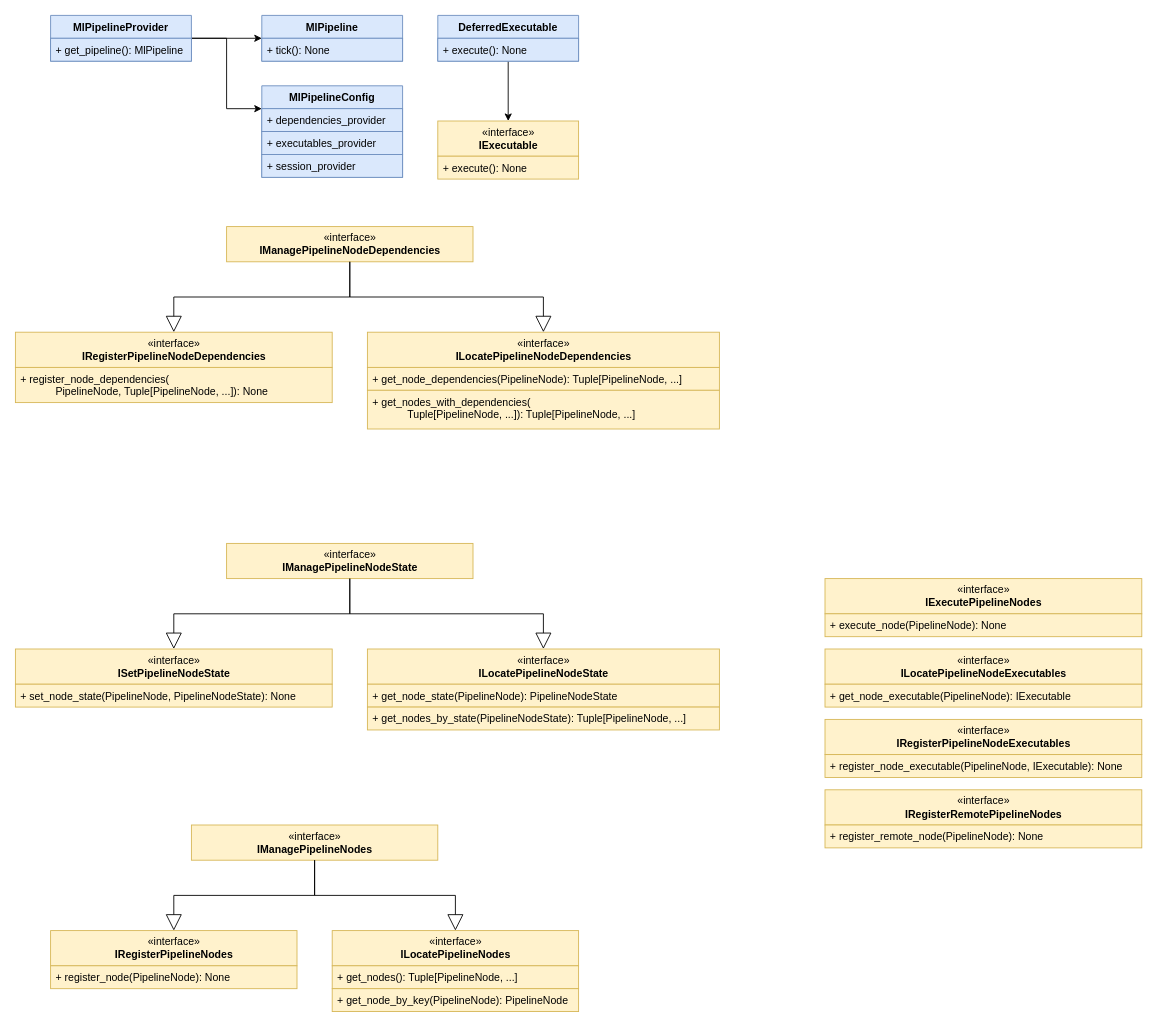
This is page "class-uml" (1 of 2) of docs/designs/pipelines.drawio from microsoft/rats, a draw.io file, before an edit. Source tidied: cells renumbered, new cells numbered last; positions are measured from the earlier drawing's top-left corner, leaving out a move shared by most shapes. Both pictures are drawn from the tidied source at 88%, with x=0, y=0 at pixel (15, 15).
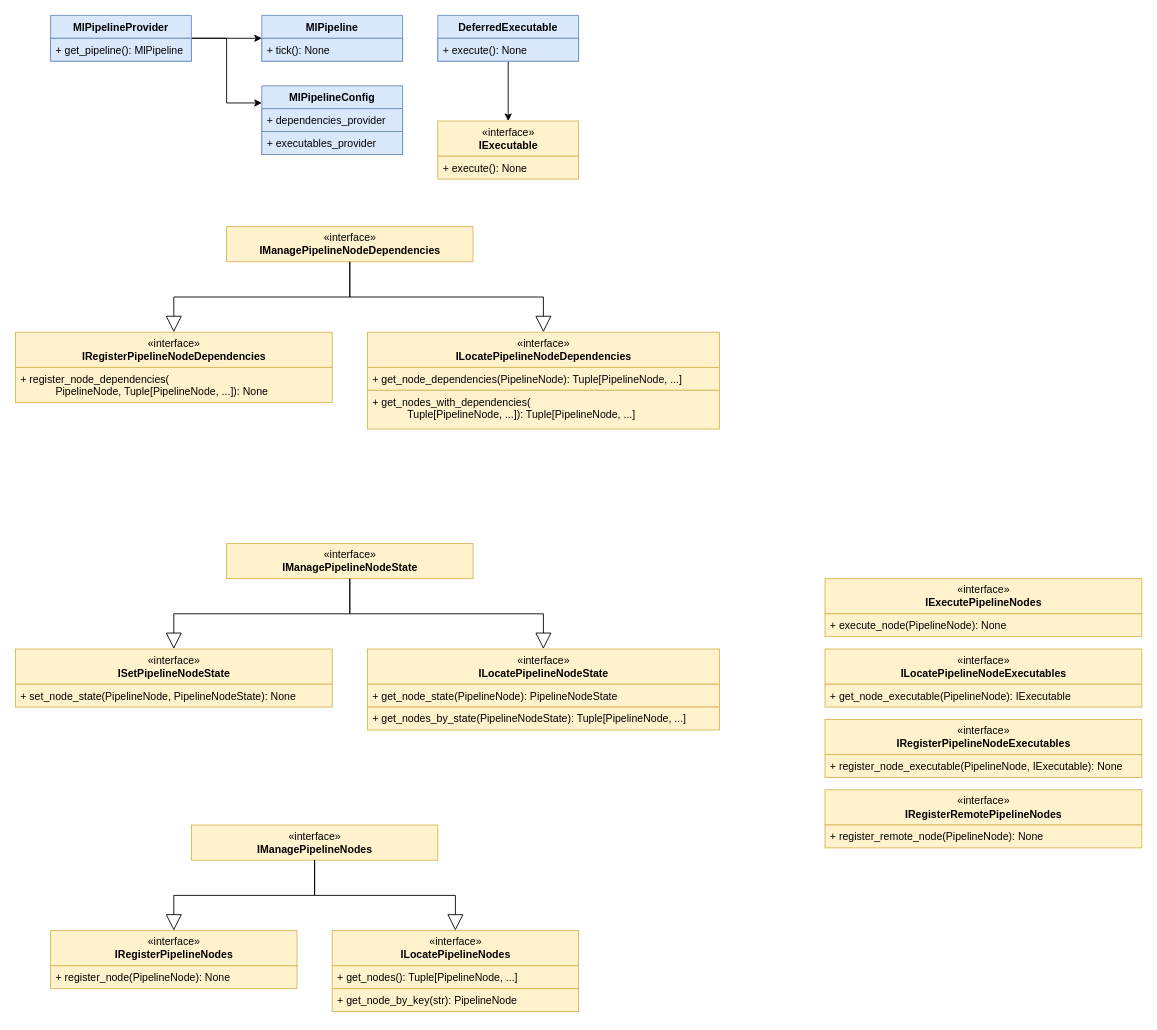
After the change.

Diff of the diagram source:
```diff
@@
-    <mxCell id="6" value="+ get_node_by_key(PipelineNode): PipelineNode" style="text;strokeColor=#d6b656;fillColor=#fff2cc;align=left;verticalAlign=top;spacingLeft=4;spacingRight=4;overflow=hidden;" parent="1" vertex="1">
+    <mxCell id="6" value="+ get_node_by_key(str): PipelineNode" style="text;strokeColor=#d6b656;fillColor=#fff2cc;align=left;verticalAlign=top;spacingLeft=4;spacingRight=4;overflow=hidden;" parent="1" vertex="1">
       <mxGeometry x="360" y="1106" width="280" height="26" as="geometry" />
     </mxCell>
@@
     <mxCell id="36" value="MlPipelineConfig" style="swimlane;fontStyle=1;horizontal=1;startSize=26;fillColor=#dae8fc;strokeColor=#6c8ebf;" parent="1" vertex="1">
-      <mxGeometry x="280" y="80" width="160" height="104" as="geometry" />
+      <mxGeometry x="280" y="80" width="160" height="78" as="geometry" />
     </mxCell>
@@
-    <mxCell id="39" value="+ session_provider" style="text;strokeColor=#6c8ebf;fillColor=#dae8fc;align=left;verticalAlign=top;spacingLeft=4;spacingRight=4;overflow=hidden;" parent="36" vertex="1">
-      <mxGeometry y="78" width="160" height="26" as="geometry" />
-    </mxCell>
```
